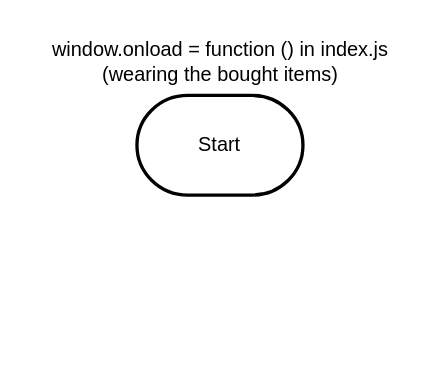
Earlier version of the draw.io diagram design/flowchart-windowonload-indexJs.drawio (MTHS-ICD2O-1-2024/ICD2O-Final-Project-ain.jeong). Source tidied: cells renumbered, new cells numbered last; positions are measured from the earlier drawing's top-left corner, leaving out a move shared by most shapes. Both pictures are drawn from the tidied source at 166%, with x=0, y=0 at pixel (28, 28).
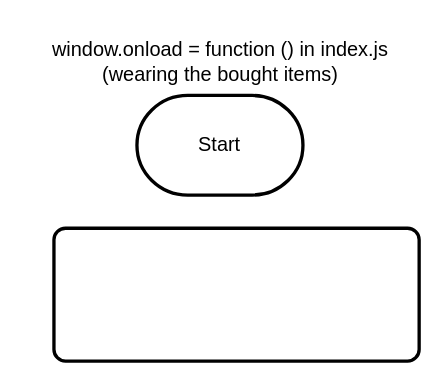
Above is the later version.

What changed in the source:
```diff
@@
 <mxGraphModel>
   <root>
     <mxCell id="0" />
     <mxCell id="1" parent="0" />
     <mxCell id="2" value="Start" style="strokeWidth=2;html=1;shape=mxgraph.flowchart.terminator;whiteSpace=wrap;" parent="1" vertex="1">
       <mxGeometry x="65" y="40" width="100" height="60" as="geometry" />
     </mxCell>
     <mxCell id="3" value="window.onload = function () in index.js&lt;div&gt;(wearing the bought items)&lt;/div&gt;" style="text;html=1;align=center;verticalAlign=middle;strokeColor=none;fillColor=none;" parent="1" vertex="1">
       <mxGeometry width="230" height="40" as="geometry" />
     </mxCell>
+    <mxCell id="4" style="rounded=1;whiteSpace=wrap;html=1;absoluteArcSize=1;arcSize=14;strokeWidth=2;" parent="1" vertex="1">
+      <mxGeometry x="15" y="120" width="220" height="80" as="geometry" />
+    </mxCell>
   </root>
 </mxGraphModel>
```
